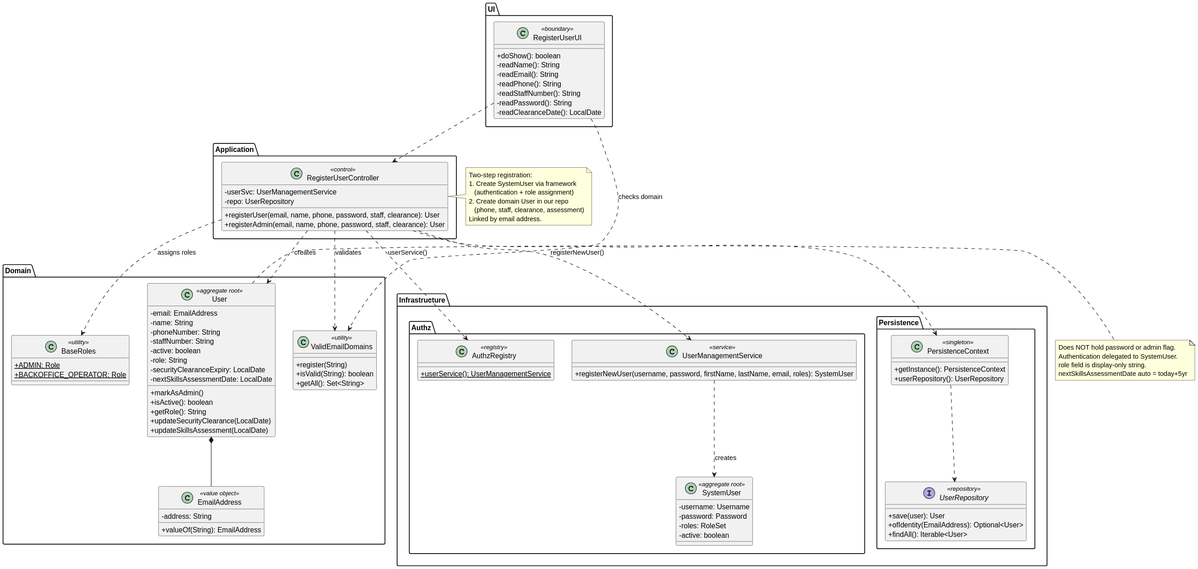
Before: docs/Sprint 3/EAPLI/US031/svg/US031-class-diagram.svg, a diagram exported from PlantUML (DuartePinto1240/sem4pi2526-sem4pi2526_2da2). Its diagram source:
```plantuml
@startuml
skinparam classAttributeIconSize 0

package "UI" {
  class RegisterUserUI <<boundary>> {
    +doShow(): boolean
    -readName(): String
    -readEmail(): String
    -readPhone(): String
    -readStaffNumber(): String
    -readPassword(): String
    -readClearanceDate(): LocalDate
  }
}

package "Application" {
  class RegisterUserController <<control>> {
    -userSvc: UserManagementService
    -repo: UserRepository
    +registerUser(email, name, phone, password, staff, clearance): User
    +registerAdmin(email, name, phone, password, staff, clearance): User
  }
}

package "Infrastructure.Authz" {
  class AuthzRegistry <<registry>> {
    {static} +userService(): UserManagementService
  }
  class UserManagementService <<service>> {
    +registerNewUser(username, password, firstName, lastName, email, roles): SystemUser
  }
  class SystemUser <<aggregate root>> {
    -username: Username
    -password: Password
    -roles: RoleSet
    -active: boolean
  }
}

package "Domain" {
  class User <<aggregate root>> {
    -email: EmailAddress
    -name: String
    -phoneNumber: String
    -staffNumber: String
    -active: boolean
    -role: String
    -securityClearanceExpiry: LocalDate
    -nextSkillsAssessmentDate: LocalDate
    +markAsAdmin()
    +isActive(): boolean
    +getRole(): String
    +updateSecurityClearance(LocalDate)
    +updateSkillsAssessment(LocalDate)
  }
  class EmailAddress <<value object>> {
    -address: String
    +valueOf(String): EmailAddress
  }
  class ValidEmailDomains <<utility>> {
    +register(String)
    +isValid(String): boolean
    +getAll(): Set<String>
  }
  class BaseRoles <<utility>> {
    {static} +ADMIN: Role
    {static} +BACKOFFICE_OPERATOR: Role
  }
}

package "Infrastructure.Persistence" {
  class PersistenceContext <<singleton>> {
    +getInstance(): PersistenceContext
    +userRepository(): UserRepository
  }
  interface UserRepository <<repository>> {
    +save(user): User
    +ofIdentity(EmailAddress): Optional<User>
    +findAll(): Iterable<User>
  }
}

RegisterUserUI ..> RegisterUserController
RegisterUserUI ..> ValidEmailDomains : checks domain
RegisterUserController ..> AuthzRegistry : userService()
RegisterUserController ..> UserManagementService : registerNewUser()
RegisterUserController ..> ValidEmailDomains : validates
RegisterUserController ..> PersistenceContext
RegisterUserController ..> User : creates
RegisterUserController ..> BaseRoles : assigns roles
UserManagementService ..> SystemUser : creates
PersistenceContext ..> UserRepository
User *-- EmailAddress

note right of RegisterUserController
  Two-step registration:
  1. Create SystemUser via framework
     (authentication + role assignment)
  2. Create domain User in our repo
     (phone, staff, clearance, assessment)
  Linked by email address.
end note

note right of User
  Does NOT hold password or admin flag.
  Authentication delegated to SystemUser.
  role field is display-only string.
  nextSkillsAssessmentDate auto = today+5yr
end note
@enduml
```
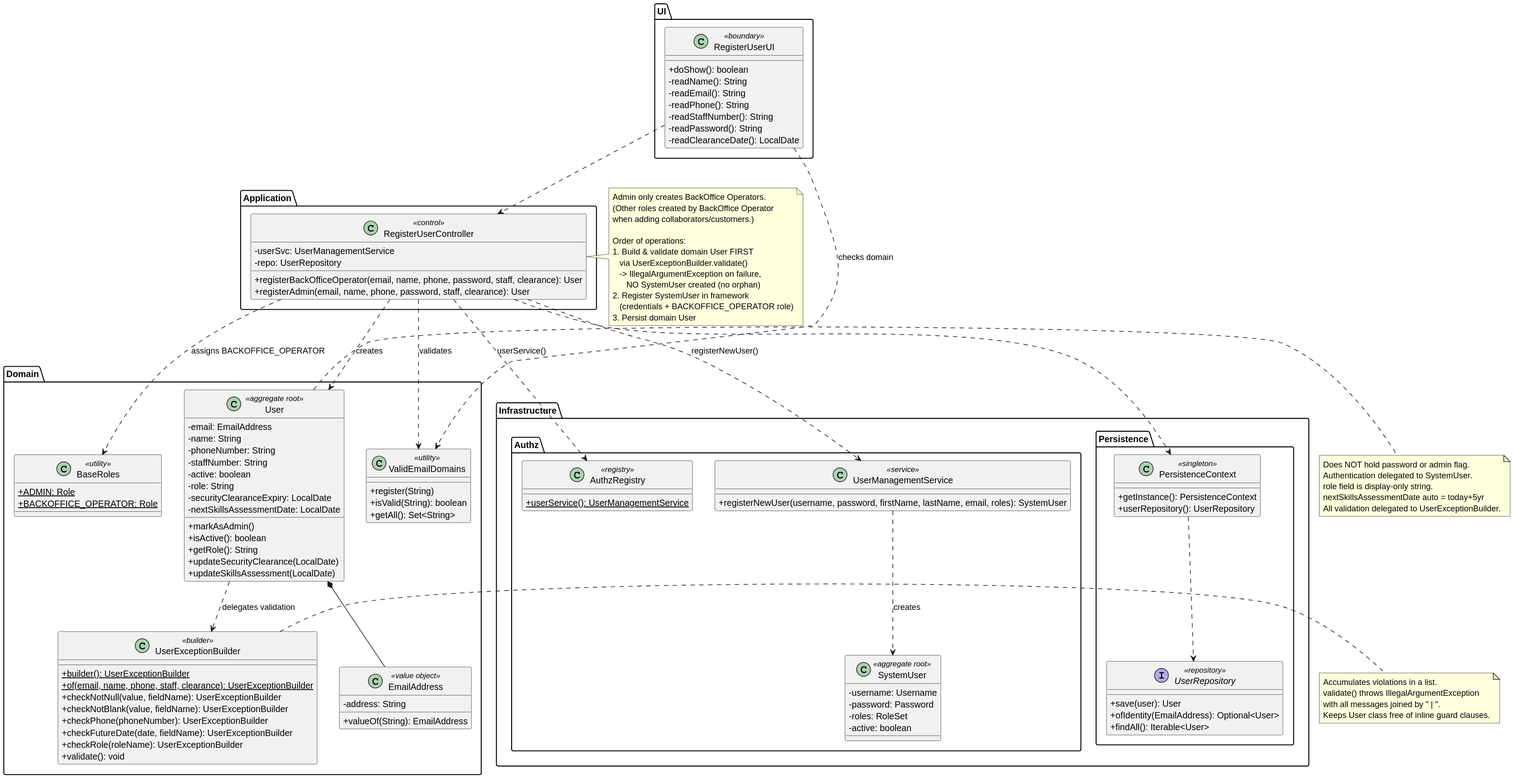
After the commit.

Diff of the diagram source:
```diff
@@ -17,7 +17,7 @@
   class RegisterUserController <<control>> {
     -userSvc: UserManagementService
     -repo: UserRepository
-    +registerUser(email, name, phone, password, staff, clearance): User
+    +registerBackOfficeOperator(email, name, phone, password, staff, clearance): User
     +registerAdmin(email, name, phone, password, staff, clearance): User
   }
 }
@@ -53,6 +53,16 @@
     +updateSecurityClearance(LocalDate)
     +updateSkillsAssessment(LocalDate)
   }
+  class UserExceptionBuilder <<builder>> {
+    +{static} builder(): UserExceptionBuilder
+    +{static} of(email, name, phone, staff, clearance): UserExceptionBuilder
+    +checkNotNull(value, fieldName): UserExceptionBuilder
+    +checkNotBlank(value, fieldName): UserExceptionBuilder
+    +checkPhone(phoneNumber): UserExceptionBuilder
+    +checkFutureDate(date, fieldName): UserExceptionBuilder
+    +checkRole(roleName): UserExceptionBuilder
+    +validate(): void
+  }
   class EmailAddress <<value object>> {
     -address: String
     +valueOf(String): EmailAddress
@@ -87,18 +97,25 @@
 RegisterUserController ..> ValidEmailDomains : validates
 RegisterUserController ..> PersistenceContext
 RegisterUserController ..> User : creates
-RegisterUserController ..> BaseRoles : assigns roles
+RegisterUserController ..> BaseRoles : assigns BACKOFFICE_OPERATOR
 UserManagementService ..> SystemUser : creates
 PersistenceContext ..> UserRepository
 User *-- EmailAddress
+User ..> UserExceptionBuilder : delegates validation
 
 note right of RegisterUserController
-  Two-step registration:
-  1. Create SystemUser via framework
-     (authentication + role assignment)
-  2. Create domain User in our repo
-     (phone, staff, clearance, assessment)
-  Linked by email address.
+  Admin only creates BackOffice Operators.
+  (Other roles created by BackOffice Operator
+  when adding collaborators/customers.)
+
+  Order of operations:
+  1. Build & validate domain User FIRST
+     via UserExceptionBuilder.validate()
+     -> IllegalArgumentException on failure,
+        NO SystemUser created (no orphan)
+  2. Register SystemUser in framework
+     (credentials + BACKOFFICE_OPERATOR role)
+  3. Persist domain User
 end note
 
 note right of User
@@ -106,5 +123,13 @@
   Authentication delegated to SystemUser.
   role field is display-only string.
   nextSkillsAssessmentDate auto = today+5yr
+  All validation delegated to UserExceptionBuilder.
+end note
+
+note right of UserExceptionBuilder
+  Accumulates violations in a list.
+  validate() throws IllegalArgumentException
+  with all messages joined by " | ".
+  Keeps User class free of inline guard clauses.
 end note
 @enduml
```
